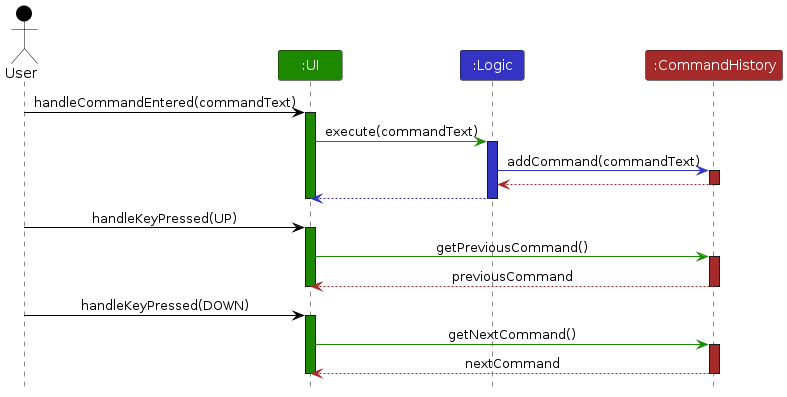
Before: diagrams/CommandHistory.png, a diagram exported from PlantUML (NoahKoh/tp). Its source is kept beside it as diagrams/CommandHistory.puml.
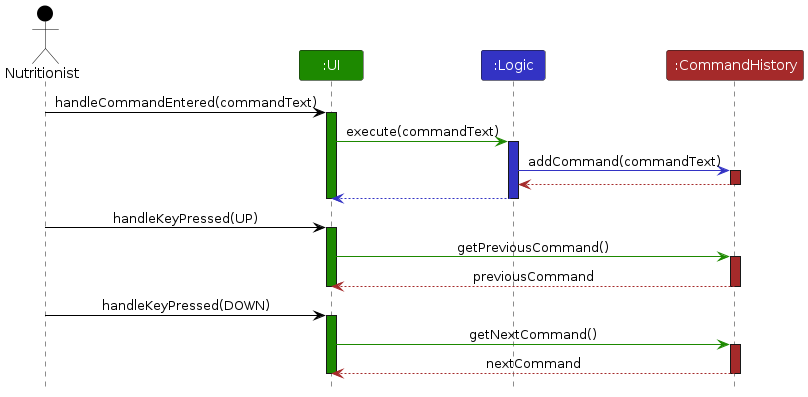
The same file after the commit.

The edit, as a diff of the source:
```diff
@@ -2,13 +2,13 @@
 !include style.puml
 skinparam ArrowFontStyle plain
 
-actor User USER_COLOR
+actor Nutritionist USER_COLOR
 
 participant ":UI" as UI UI_COLOR
 participant ":Logic" as Logic LOGIC_COLOR
 participant ":CommandHistory" as CommandHistory #Brown
 
-User -[USER_COLOR]> UI : handleCommandEntered(commandText)
+Nutritionist -[USER_COLOR]> UI : handleCommandEntered(commandText)
 activate UI UI_COLOR
 
 UI -[UI_COLOR]> Logic : execute(commandText)
@@ -23,7 +23,7 @@
 deactivate Logic
 deactivate UI
 
-User -[USER_COLOR]> UI : handleKeyPressed(UP)
+Nutritionist -[USER_COLOR]> UI : handleKeyPressed(UP)
 activate UI UI_COLOR
 UI -[UI_COLOR]> CommandHistory : getPreviousCommand()
 activate CommandHistory #Brown
@@ -31,7 +31,7 @@
 deactivate CommandHistory
 deactivate UI
 
-User -[USER_COLOR]> UI : handleKeyPressed(DOWN)
+Nutritionist -[USER_COLOR]> UI : handleKeyPressed(DOWN)
 activate UI UI_COLOR
 UI -[UI_COLOR]> CommandHistory : getNextCommand()
 activate CommandHistory #Brown
```
